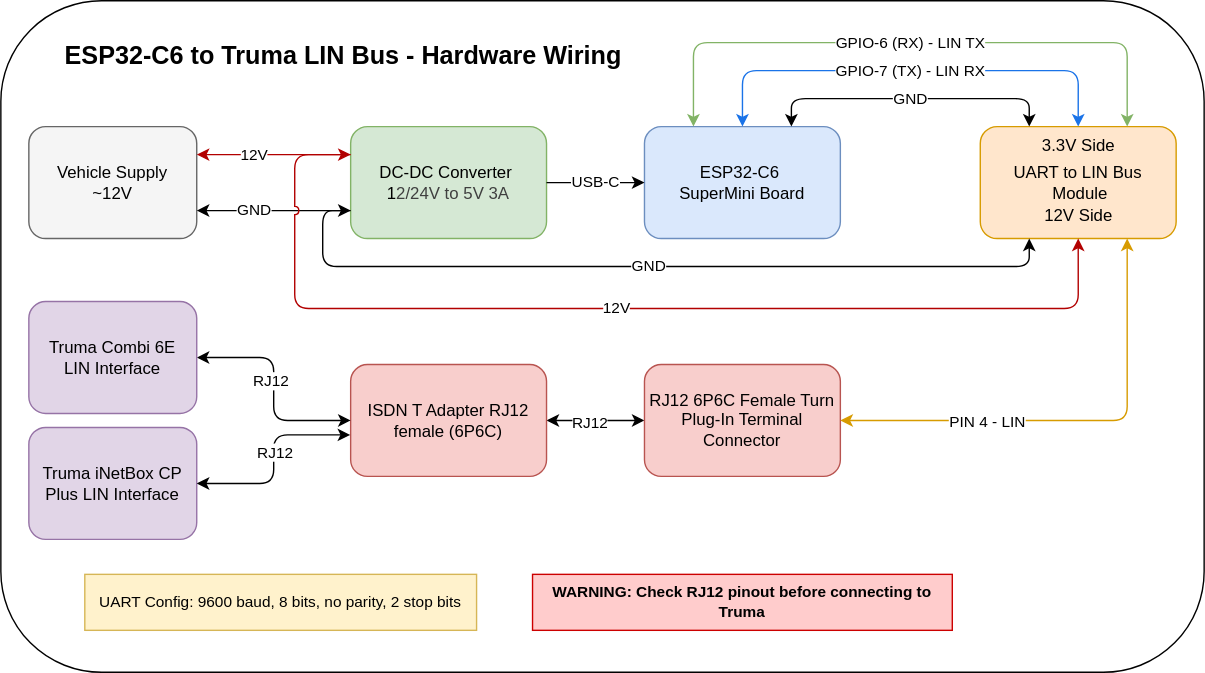
Before: images/esphome-truma-wiring.svg, a diagram exported from draw.io (kmhuglen/esphome-truma). Source tidied: cells renumbered, new cells last; positions are measured from the earlier drawing's top-left corner, leaving out a move shared by most shapes.
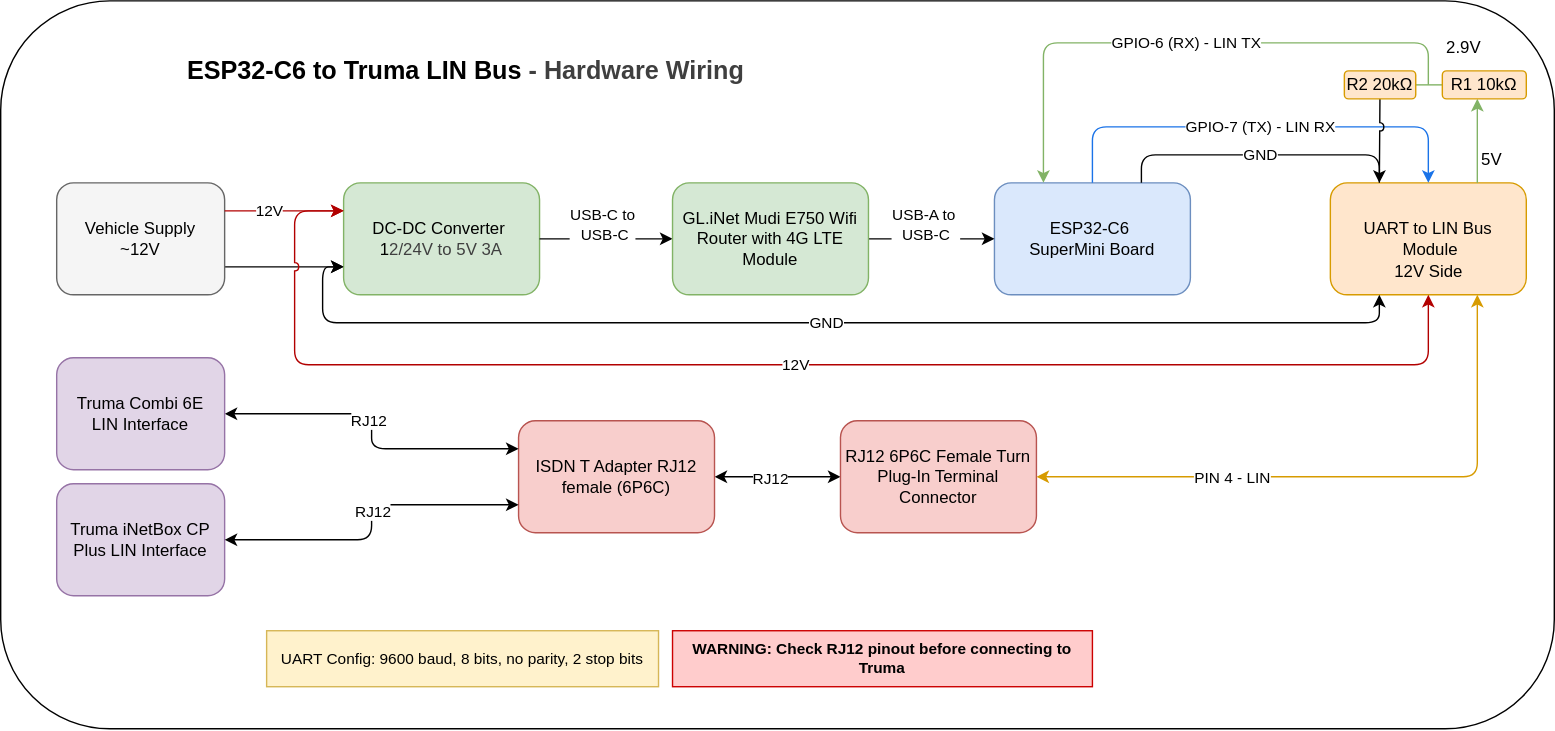
After the commit.

What changed in the source:
```diff
@@ -3,16 +3,19 @@
     <mxCell id="0" />
     <mxCell id="1" parent="0" />
     <mxCell id="2" style="rounded=1;whiteSpace=wrap;html=1;" parent="1" vertex="1">
-      <mxGeometry width="860" height="480" as="geometry" />
+      <mxGeometry x="-250" y="-40" width="1110" height="520" as="geometry" />
     </mxCell>
-    <mxCell id="3" value="ESP32-C6 to Truma LIN Bus - Hardware Wiring" style="text;html=1;strokeColor=none;fillColor=none;align=center;verticalAlign=middle;whiteSpace=wrap;fontSize=18;fontStyle=1;" parent="1" vertex="1">
-      <mxGeometry y="20" width="490" height="40" as="geometry" />
+    <mxCell id="3" value="ESP32-C6 to Truma LIN Bus&amp;nbsp;&lt;span style=&quot;color: rgb(63, 63, 63); background-color: transparent;&quot;&gt;- Hardware Wiring&lt;/span&gt;" style="text;html=1;strokeColor=none;fillColor=none;align=center;verticalAlign=middle;whiteSpace=wrap;fontSize=18;fontStyle=1;" parent="1" vertex="1">
+      <mxGeometry x="-235" y="-10" width="635" height="40" as="geometry" />
     </mxCell>
+    <mxCell id="20" style="edgeStyle=none;html=1;exitX=1;exitY=0.75;exitDx=0;exitDy=0;entryX=0;entryY=0.75;entryDx=0;entryDy=0;" parent="1" edge="1" source="4" target="5">
+      <mxGeometry relative="1" as="geometry" />
+    </mxCell>
     <mxCell id="4" value="Vehicle Supply &lt;br&gt;~12V" style="rounded=1;whiteSpace=wrap;html=1;fillColor=#f5f5f5;strokeColor=#666666;" parent="1" vertex="1">
-      <mxGeometry x="20" y="90" width="120" height="80" as="geometry" />
+      <mxGeometry x="-210" y="90" width="120" height="80" as="geometry" />
     </mxCell>
     <mxCell id="5" value="DC-DC Converter&amp;nbsp;&lt;div&gt;1&lt;span style=&quot;color: rgb(63, 63, 63); background-color: transparent;&quot;&gt;2/24V to 5V 3A&lt;/span&gt;&lt;/div&gt;" style="rounded=1;whiteSpace=wrap;html=1;fillColor=#d5e8d4;strokeColor=#82b366;" parent="1" vertex="1">
-      <mxGeometry x="250" y="90" width="140" height="80" as="geometry" />
+      <mxGeometry x="-5" y="90" width="140" height="80" as="geometry" />
     </mxCell>
     <mxCell id="6" value="ESP32-C6&amp;nbsp;&lt;div&gt;SuperMini Board&lt;/div&gt;" style="rounded=1;whiteSpace=wrap;html=1;fillColor=#dae8fc;strokeColor=#6c8ebf;" parent="1" vertex="1">
       <mxGeometry x="460" y="90" width="140" height="80" as="geometry" />
@@ -27,18 +30,23 @@
       <mxGeometry x="-0.13" y="-2" relative="1" as="geometry" />
     </mxCell>
     <mxCell id="10" value="ISDN T Adapter RJ12 female (6P6C)" style="rounded=1;whiteSpace=wrap;html=1;fillColor=#f8cecc;strokeColor=#b85450;" parent="1" vertex="1">
-      <mxGeometry x="250" y="260" width="140" height="80" as="geometry" />
+      <mxGeometry x="120" y="260" width="140" height="80" as="geometry" />
     </mxCell>
     <mxCell id="11" value="Truma iNetBox CP Plus LIN Interface" style="rounded=1;whiteSpace=wrap;html=1;fillColor=#e1d5e7;strokeColor=#9673a6;" parent="1" vertex="1">
-      <mxGeometry x="20" y="305" width="120" height="80" as="geometry" />
+      <mxGeometry x="-210" y="305" width="120" height="80" as="geometry" />
     </mxCell>
-    <mxCell id="12" value="12V" style="edgeStyle=orthogonalEdgeStyle;rounded=0;jettySize=auto;html=1;exitX=1;exitY=0.25;exitDx=0;exitDy=0;entryX=0;entryY=0.25;entryDx=0;entryDy=0;fillColor=#e51400;strokeColor=#B20000;startArrow=classic;startFill=1;endArrow=none;endFill=0;" parent="1" edge="1" source="4" target="5">
+    <mxCell id="12" value="12V" style="edgeStyle=orthogonalEdgeStyle;rounded=0;jettySize=auto;html=1;exitX=1;exitY=0.25;exitDx=0;exitDy=0;entryX=0;entryY=0.25;entryDx=0;entryDy=0;fillColor=#e51400;strokeColor=#B20000;startArrow=none;startFill=0;endArrow=classic;endFill=1;" parent="1" edge="1" source="4" target="5">
       <mxGeometry x="-0.25" relative="1" as="geometry" />
     </mxCell>
-    <mxCell id="13" value="USB-C" style="edgeStyle=orthogonalEdgeStyle;rounded=0;jettySize=auto;html=1;fillColor=none;" parent="1" edge="1" source="5" target="6">
-      <mxGeometry relative="1" as="geometry" />
+    <mxCell id="13" value="USB-C to&lt;div&gt;&amp;nbsp;USB-C&lt;/div&gt;" style="edgeStyle=orthogonalEdgeStyle;rounded=1;jettySize=auto;html=1;fillColor=none;entryX=0;entryY=0.5;entryDx=0;entryDy=0;exitX=1;exitY=0.5;exitDx=0;exitDy=0;strokeColor=default;align=center;verticalAlign=middle;fontFamily=Helvetica;fontSize=11;fontColor=default;labelBackgroundColor=default;startArrow=none;startFill=0;endArrow=classic;endFill=1;curved=0;" parent="1" edge="1" source="5" target="40">
+      <mxGeometry x="-0.05" y="10" relative="1" as="geometry">
+        <Array as="points">
+          <mxPoint x="160" y="130" />
+          <mxPoint x="160" y="130" />
+        </Array>
+      </mxGeometry>
     </mxCell>
-    <mxCell id="14" value="GND" style="edgeStyle=orthogonalEdgeStyle;rounded=1;jettySize=auto;html=1;fillColor=none;exitX=0.75;exitY=0;exitDx=0;exitDy=0;entryX=0.25;entryY=0;entryDx=0;entryDy=0;startArrow=classic;startFill=1;curved=0;" parent="1" edge="1" source="6" target="7">
+    <mxCell id="14" value="GND" style="edgeStyle=orthogonalEdgeStyle;rounded=1;jettySize=auto;html=1;fillColor=none;exitX=0.75;exitY=0;exitDx=0;exitDy=0;entryX=0.25;entryY=0;entryDx=0;entryDy=0;startArrow=none;startFill=0;curved=0;endArrow=none;endFill=0;" parent="1" edge="1" source="6" target="7">
       <mxGeometry relative="1" as="geometry">
         <Array as="points">
           <mxPoint x="565" y="70" />
@@ -46,7 +54,7 @@
         </Array>
       </mxGeometry>
     </mxCell>
-    <mxCell id="15" value="GPIO-7 (TX) - LIN RX" style="edgeStyle=orthogonalEdgeStyle;rounded=1;jettySize=auto;html=1;strokeColor=#1a73e8;entryX=0.5;entryY=0;entryDx=0;entryDy=0;startArrow=classic;startFill=1;curved=0;" parent="1" edge="1" source="6" target="7">
+    <mxCell id="15" value="GPIO-7 (TX) - LIN RX" style="edgeStyle=orthogonalEdgeStyle;rounded=1;jettySize=auto;html=1;strokeColor=#1a73e8;entryX=0.5;entryY=0;entryDx=0;entryDy=0;startArrow=none;startFill=0;curved=0;" parent="1" edge="1" source="6" target="7">
       <mxGeometry relative="1" as="geometry">
         <Array as="points">
           <mxPoint x="530" y="50" />
@@ -54,42 +62,35 @@
         </Array>
       </mxGeometry>
     </mxCell>
-    <mxCell id="16" value="GPIO-6 (RX) - LIN TX" style="edgeStyle=orthogonalEdgeStyle;rounded=1;jettySize=auto;html=1;strokeColor=#82b366;exitX=0.75;exitY=0;exitDx=0;exitDy=0;startArrow=classic;startFill=1;fillColor=#d5e8d4;curved=0;" parent="1" edge="1" source="7" target="6">
+    <mxCell id="16" value="GPIO-6 (RX) - LIN TX" style="edgeStyle=orthogonalEdgeStyle;rounded=1;jettySize=auto;html=1;strokeColor=#82b366;startArrow=none;startFill=0;fillColor=#d5e8d4;curved=0;endArrow=classic;endFill=1;entryX=0.25;entryY=0;entryDx=0;entryDy=0;" parent="1" edge="1" target="6">
       <mxGeometry relative="1" as="geometry">
+        <mxPoint x="770" y="20" as="sourcePoint" />
         <Array as="points">
-          <mxPoint x="805" y="30" />
-          <mxPoint x="495" y="30" />
+          <mxPoint x="770" y="-10" />
+          <mxPoint x="495" y="-10" />
         </Array>
       </mxGeometry>
     </mxCell>
     <mxCell id="17" value="GND" style="edgeStyle=orthogonalEdgeStyle;rounded=1;jettySize=auto;html=1;fillColor=none;curved=0;entryX=0.25;entryY=1;entryDx=0;entryDy=0;startArrow=classic;startFill=1;exitX=0;exitY=0.75;exitDx=0;exitDy=0;" parent="1" edge="1" source="5" target="7">
       <mxGeometry relative="1" as="geometry">
         <Array as="points">
-          <mxPoint x="230" y="150" />
-          <mxPoint x="230" y="190" />
+          <mxPoint x="-20" y="150" />
+          <mxPoint x="-20" y="190" />
           <mxPoint x="735" y="190" />
         </Array>
       </mxGeometry>
     </mxCell>
     <mxCell id="18" value="UART Config: 9600 baud, 8 bits, no parity, 2 stop bits" style="rounded=0;whiteSpace=wrap;html=1;fillColor=#fff2cc;strokeColor=#d6b656;fontSize=11;" parent="1" vertex="1">
-      <mxGeometry x="60" y="410" width="280" height="40" as="geometry" />
+      <mxGeometry x="-60" y="410" width="280" height="40" as="geometry" />
     </mxCell>
     <mxCell id="19" value="WARNING: Check RJ12 pinout before connecting to Truma" style="rounded=0;whiteSpace=wrap;html=1;fillColor=#ffcccc;strokeColor=#cc0000;fontSize=11;fontStyle=1;" parent="1" vertex="1">
-      <mxGeometry x="380" y="410" width="300" height="40" as="geometry" />
+      <mxGeometry x="230" y="410" width="300" height="40" as="geometry" />
     </mxCell>
-    <mxCell id="20" value="GND" style="edgeStyle=orthogonalEdgeStyle;rounded=0;jettySize=auto;html=1;exitX=1;exitY=0.75;exitDx=0;exitDy=0;entryX=0;entryY=0.75;entryDx=0;entryDy=0;startArrow=classic;startFill=1;endArrow=none;endFill=0;" parent="1" edge="1" source="4" target="5">
-      <mxGeometry x="-0.25" relative="1" as="geometry">
-        <Array as="points">
-          <mxPoint x="160" y="150" />
-          <mxPoint x="160" y="150" />
-        </Array>
-      </mxGeometry>
-    </mxCell>
     <mxCell id="21" value="12V" style="edgeStyle=orthogonalEdgeStyle;rounded=1;jettySize=auto;html=1;strokeColor=#B20000;exitX=0;exitY=0.25;exitDx=0;exitDy=0;fillColor=#e51400;curved=0;entryX=0.5;entryY=1;entryDx=0;entryDy=0;startArrow=classic;startFill=1;jumpStyle=arc;" parent="1" edge="1" source="5" target="7">
       <mxGeometry relative="1" as="geometry">
         <Array as="points">
-          <mxPoint x="210" y="110" />
-          <mxPoint x="210" y="220" />
+          <mxPoint x="-40" y="110" />
+          <mxPoint x="-40" y="220" />
           <mxPoint x="770" y="220" />
         </Array>
       </mxGeometry>
@@ -97,26 +98,26 @@
     <mxCell id="22" value="12V Side" style="text;html=1;strokeColor=none;fillColor=none;align=center;" parent="1" vertex="1">
       <mxGeometry x="745" y="140" width="50" height="20" as="geometry" />
     </mxCell>
-    <mxCell id="23" value="3.3V Side&lt;div style=&quot;color: rgb(63, 63, 63); scrollbar-color: rgb(226, 226, 226) rgb(251, 251, 251);&quot;&gt;&lt;br style=&quot;color: rgb(63, 63, 63); scrollbar-color: rgb(226, 226, 226) rgb(251, 251, 251);&quot;&gt;&lt;/div&gt;" style="text;html=1;strokeColor=none;fillColor=none;align=center;" parent="1" vertex="1">
-      <mxGeometry x="745" y="90" width="50" height="20" as="geometry" />
+    <mxCell id="23" value="5V" style="text;html=1;strokeColor=none;fillColor=none;align=center;" parent="1" vertex="1">
+      <mxGeometry x="790" y="60" width="50" height="20" as="geometry" />
     </mxCell>
-    <mxCell id="24" style="edgeStyle=orthogonalEdgeStyle;html=1;startArrow=classic;startFill=1;" parent="1" edge="1" source="26" target="10">
+    <mxCell id="24" style="edgeStyle=orthogonalEdgeStyle;html=1;startArrow=classic;startFill=1;entryX=0;entryY=0.25;entryDx=0;entryDy=0;" parent="1" edge="1" source="26" target="10">
       <mxGeometry relative="1" as="geometry" />
     </mxCell>
     <mxCell id="25" value="RJ12" style="edgeLabel;html=1;align=center;verticalAlign=middle;" parent="24" vertex="1">
       <mxGeometry x="-0.07" y="-2" relative="1" as="geometry" />
     </mxCell>
     <mxCell id="26" value="Truma Combi 6E&lt;div&gt;LIN Interface&lt;/div&gt;" style="rounded=1;whiteSpace=wrap;html=1;fillColor=#e1d5e7;strokeColor=#9673a6;" parent="1" vertex="1">
-      <mxGeometry x="20" y="215" width="120" height="80" as="geometry" />
+      <mxGeometry x="-210" y="215" width="120" height="80" as="geometry" />
     </mxCell>
-    <mxCell id="27" style="edgeStyle=orthogonalEdgeStyle;html=1;entryX=-0.002;entryY=0.629;entryDx=0;entryDy=0;entryPerimeter=0;startArrow=classic;startFill=1;" parent="1" edge="1" source="11" target="10">
+    <mxCell id="27" style="edgeStyle=orthogonalEdgeStyle;html=1;entryX=0;entryY=0.75;entryDx=0;entryDy=0;startArrow=classic;startFill=1;" parent="1" edge="1" source="11" target="10">
       <mxGeometry relative="1" as="geometry" />
     </mxCell>
     <mxCell id="28" value="RJ12" style="edgeLabel;html=1;align=center;verticalAlign=middle;" parent="27" vertex="1">
       <mxGeometry x="0.07" y="-1" relative="1" as="geometry" />
     </mxCell>
     <mxCell id="29" value="RJ12 6P6C Female Turn Plug-In Terminal Connector" style="rounded=1;whiteSpace=wrap;html=1;fillColor=#f8cecc;strokeColor=#b85450;" parent="1" vertex="1">
-      <mxGeometry x="460" y="260" width="140" height="80" as="geometry" />
+      <mxGeometry x="350" y="260" width="140" height="80" as="geometry" />
     </mxCell>
     <mxCell id="30" style="edgeStyle=orthogonalEdgeStyle;html=1;entryX=0.75;entryY=1;entryDx=0;entryDy=0;fillColor=#ffcd28;strokeColor=#d79b00;gradientColor=#ffa500;startArrow=classic;startFill=1;" parent="1" edge="1" source="29" target="7">
       <mxGeometry relative="1" as="geometry" />
@@ -124,5 +125,42 @@
     <mxCell id="31" value="PIN 4 - LIN" style="edgeLabel;html=1;align=center;verticalAlign=middle;" parent="30" vertex="1">
       <mxGeometry x="-0.37" y="-1" relative="1" as="geometry" />
     </mxCell>
+    <mxCell id="32" style="edgeStyle=orthogonalEdgeStyle;rounded=1;jettySize=auto;html=1;strokeColor=#82b366;exitX=0.75;exitY=0;exitDx=0;exitDy=0;startArrow=none;startFill=0;fillColor=#d5e8d4;align=center;verticalAlign=middle;fontFamily=Helvetica;fontSize=11;fontColor=default;labelBackgroundColor=default;endArrow=classic;endFill=1;curved=0;" parent="1" edge="1" source="7" target="34">
+      <mxGeometry relative="1" as="geometry">
+        <Array as="points">
+          <mxPoint x="805" y="30" />
+        </Array>
+      </mxGeometry>
+    </mxCell>
+    <mxCell id="33" style="edgeStyle=none;html=1;endArrow=none;endFill=0;rounded=1;strokeColor=#82b366;align=center;verticalAlign=middle;fontFamily=Helvetica;fontSize=11;fontColor=default;labelBackgroundColor=default;startArrow=none;startFill=0;curved=0;fillColor=#d5e8d4;entryX=1;entryY=0.5;entryDx=0;entryDy=0;exitX=0;exitY=0.5;exitDx=0;exitDy=0;" parent="1" edge="1" source="34" target="36">
+      <mxGeometry relative="1" as="geometry" />
+    </mxCell>
+    <mxCell id="34" value="R1 10kΩ" style="rounded=1;whiteSpace=wrap;html=1;fillColor=#ffe6cc;strokeColor=#d79b00;" parent="1" vertex="1">
+      <mxGeometry x="780" y="10" width="60" height="20" as="geometry" />
+    </mxCell>
+    <mxCell id="35" style="edgeStyle=none;html=1;entryX=0.25;entryY=0;entryDx=0;entryDy=0;jumpStyle=arc;" parent="1" edge="1" source="36" target="7">
+      <mxGeometry relative="1" as="geometry" />
+    </mxCell>
+    <mxCell id="36" value="R2 20kΩ" style="rounded=1;whiteSpace=wrap;html=1;fillColor=#ffe6cc;strokeColor=#d79b00;" parent="1" vertex="1">
+      <mxGeometry x="710" y="10" width="51" height="20" as="geometry" />
+    </mxCell>
+    <mxCell id="37" value="2.9V" style="text;html=1;strokeColor=none;fillColor=none;align=center;" parent="1" vertex="1">
+      <mxGeometry x="780" y="-20" width="29" height="20" as="geometry" />
+    </mxCell>
+    <mxCell id="38" style="edgeStyle=none;html=1;exitX=1;exitY=0.5;exitDx=0;exitDy=0;" parent="1" edge="1" source="40" target="6">
+      <mxGeometry relative="1" as="geometry">
+        <Array as="points">
+          <mxPoint x="350" y="130" />
+        </Array>
+      </mxGeometry>
+    </mxCell>
+    <mxCell id="39" value="USB-A to&amp;nbsp;&lt;div&gt;USB-C&lt;/div&gt;" style="edgeLabel;html=1;align=center;verticalAlign=middle;" parent="38" vertex="1">
+      <mxGeometry x="-0.22" y="-2" relative="1" as="geometry">
+        <mxPoint x="30" y="-12" as="offset" />
+      </mxGeometry>
+    </mxCell>
+    <mxCell id="40" value="GL.iNet Mudi E750 Wifi Router with 4G LTE Module" style="rounded=1;whiteSpace=wrap;html=1;fillColor=#d5e8d4;strokeColor=#82b366;" parent="1" vertex="1">
+      <mxGeometry x="230" y="90" width="140" height="80" as="geometry" />
+    </mxCell>
   </root>
 </mxGraphModel>
```
